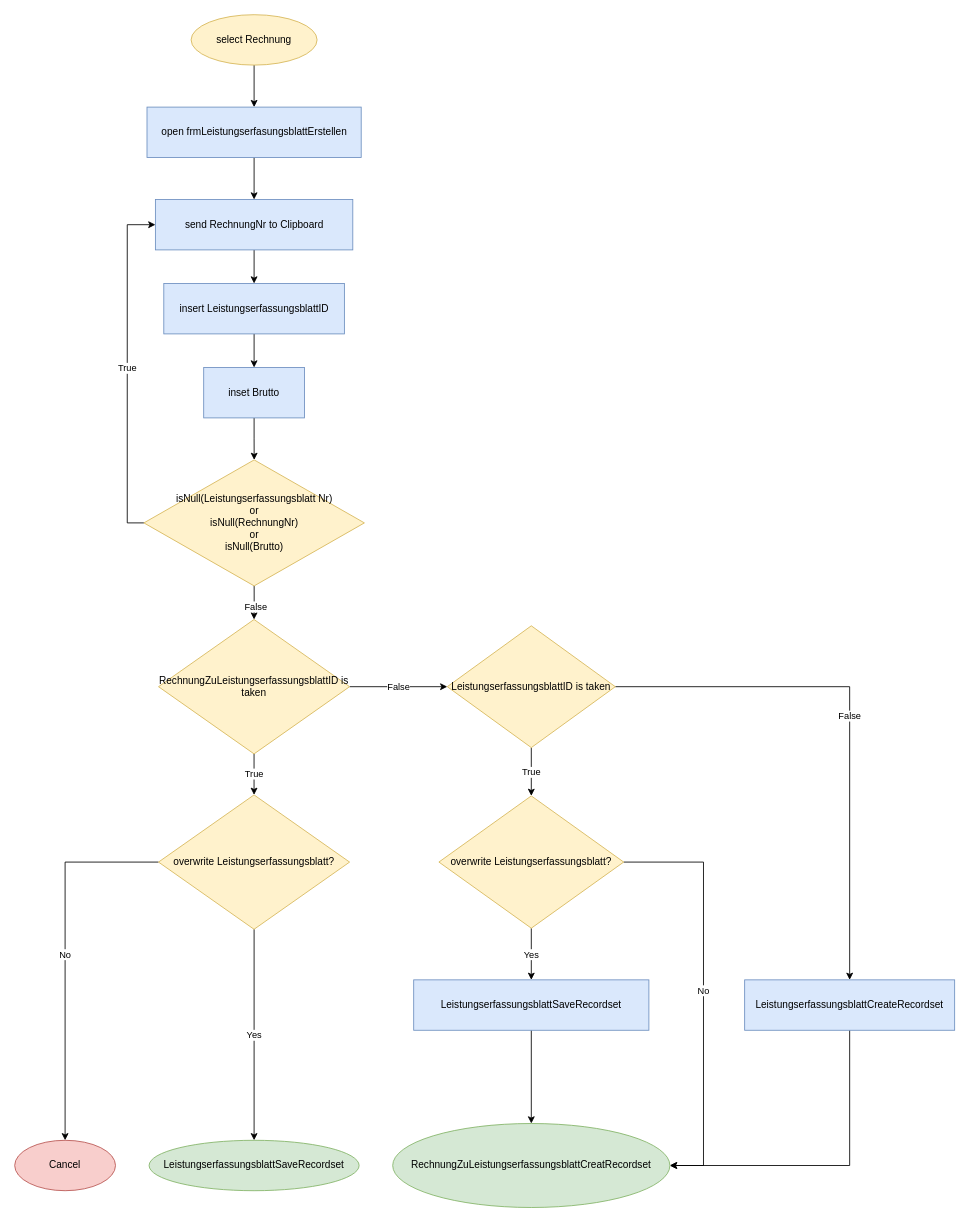
Above: Workflows/LeistungserfassungsblattErstellenFlow.drawio in h4g3n-J/U1jOD0JGuV (draw.io), before the change. Source tidied: cells renumbered, new cells numbered last; positions are measured from the earlier drawing's top-left corner, leaving out a move shared by most shapes. Both pictures are drawn from the tidied source at 84%, with x=0, y=0 at pixel (14, 14).
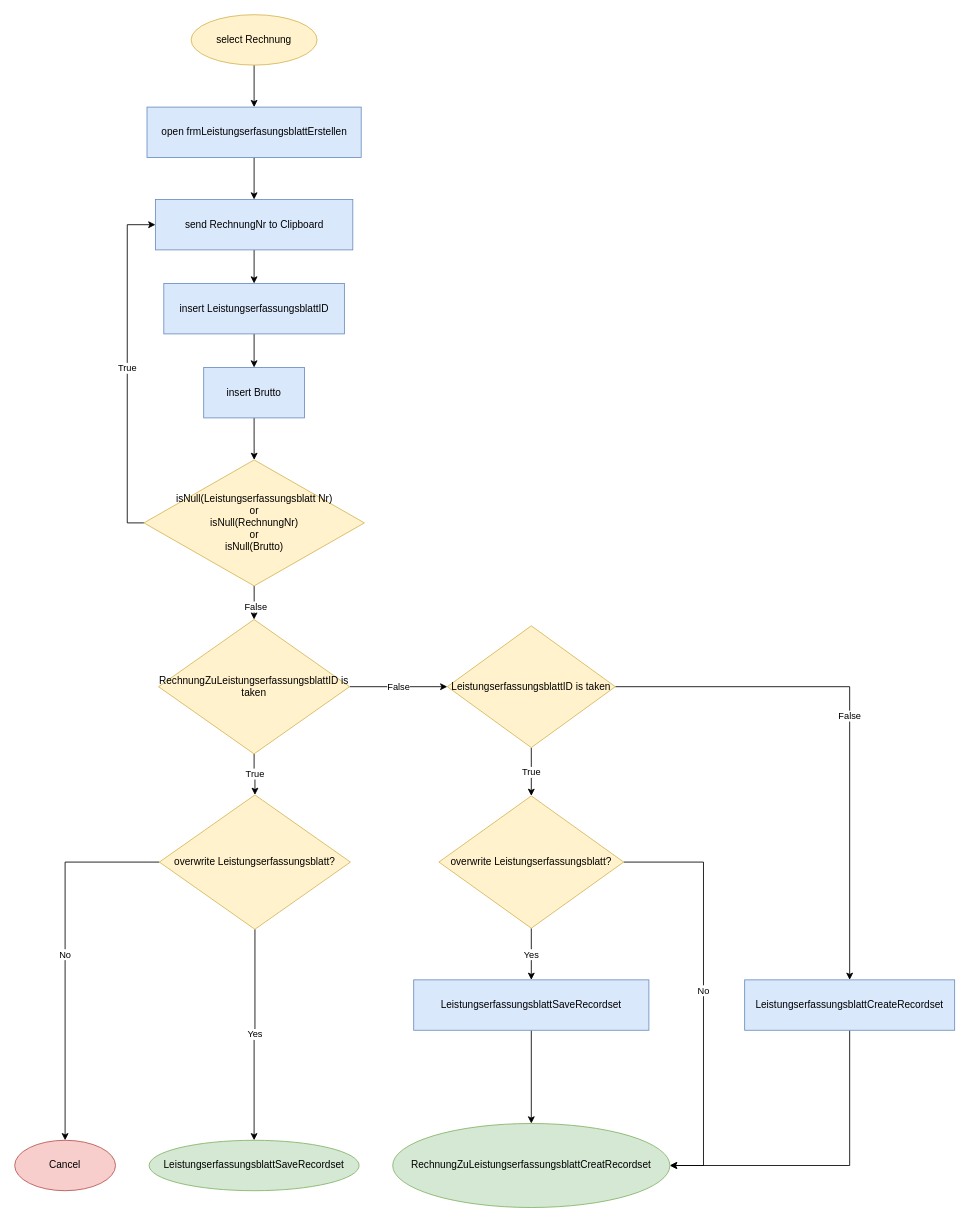
After the change.

Commit message:
corrected spelling

The edit, as a diff of the source:
```diff
@@
-    <mxCell id="11" value="inset Brutto" style="whiteSpace=wrap;html=1;fontColor=#000000;strokeColor=#6c8ebf;fillColor=#dae8fc;" parent="1" vertex="1">
+    <mxCell id="11" value="insert Brutto" style="whiteSpace=wrap;html=1;fontColor=#000000;strokeColor=#6c8ebf;fillColor=#dae8fc;" parent="1" vertex="1">
       <mxGeometry x="225" y="420" width="120" height="60" as="geometry" />
     </mxCell>
@@
     <mxCell id="32" value="overwrite Leistungserfassungsblatt?" style="rhombus;whiteSpace=wrap;html=1;strokeColor=#d6b656;fillColor=#fff2cc;fontColor=#000000;" parent="1" vertex="1">
-      <mxGeometry x="171.2" y="928.8" width="227.5" height="160" as="geometry" />
+      <mxGeometry x="172.2" y="928.8" width="227.5" height="160" as="geometry" />
     </mxCell>
```
